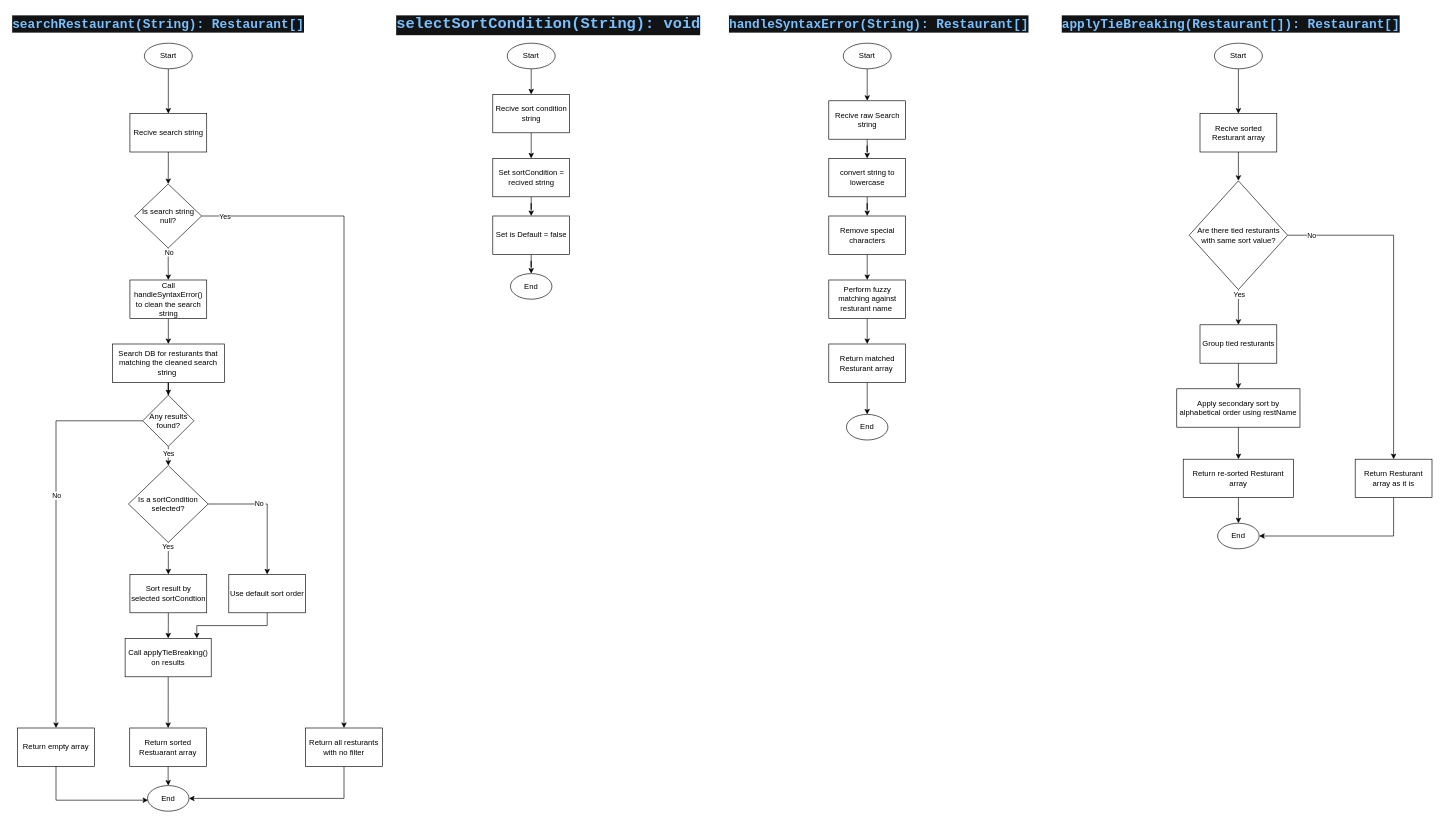
Above: designs/flow-charts/Search Class.drawio in YousefFawzy2222/QA-Workshop (draw.io), before the change. Source tidied: cells renumbered, new cells numbered last; positions are measured from the earlier drawing's top-left corner, leaving out a move shared by most shapes. Both pictures are drawn from the tidied source at 64%, with x=0, y=0 at pixel (11, 11).
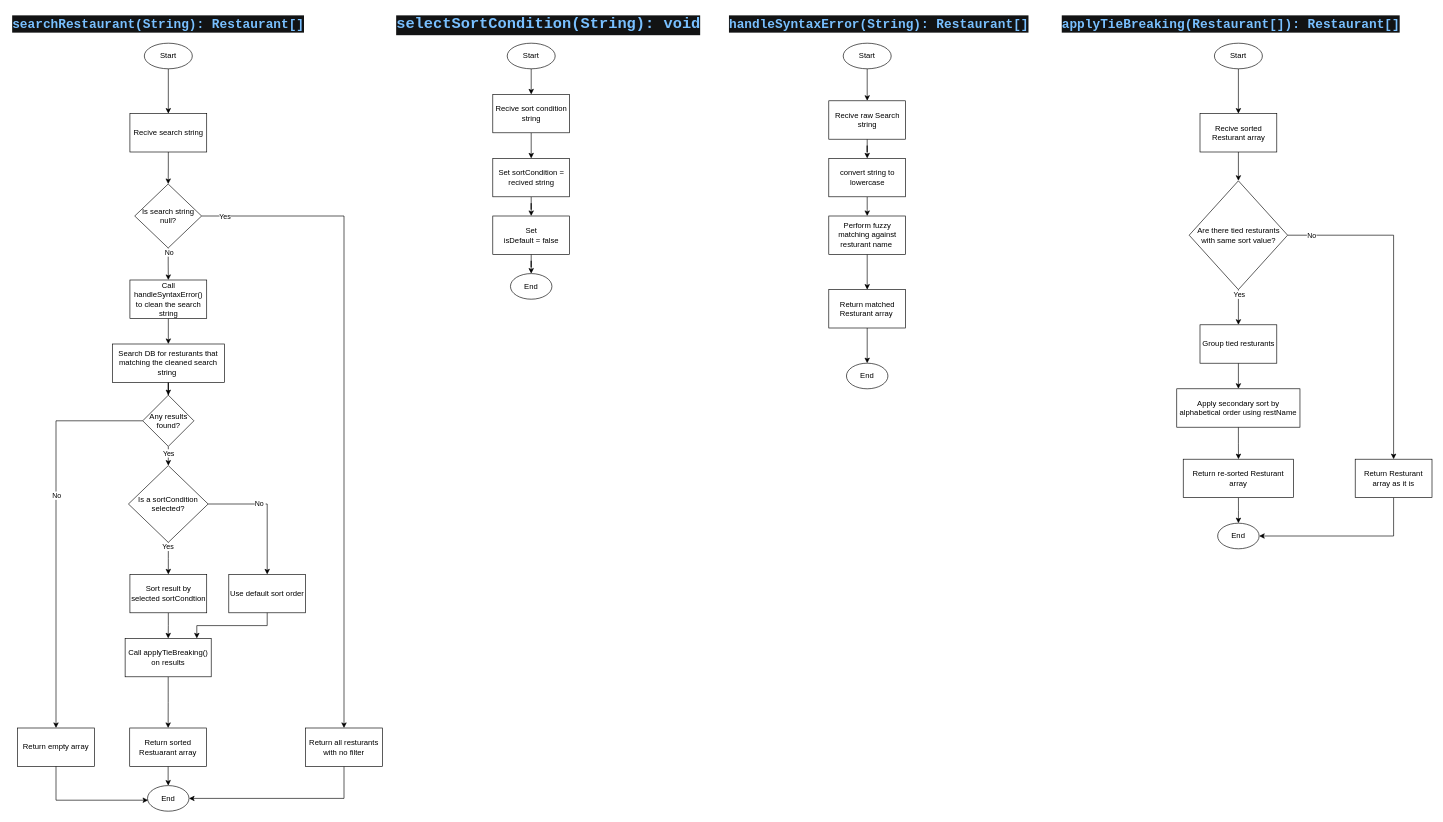
Above is the later version.

Commit message (it also covers changes not shown here):
editing flow charts

Unchanged cells that the change refers to:
```xml
<mxCell id="55" value="convert string to lowercase" style="whiteSpace=wrap;html=1;" parent="1" vertex="1">
  <mxGeometry x="1277.5" y="230" width="120" height="60" as="geometry" />
</mxCell>
```

The edit, as a diff of the source:
```diff
@@
-    <mxCell id="47" value="Set is Default = false" style="whiteSpace=wrap;html=1;" parent="1" vertex="1">
+    <mxCell id="47" value="Set&lt;div&gt;isDefault = false&lt;/div&gt;" style="whiteSpace=wrap;html=1;" parent="1" vertex="1">
       <mxGeometry x="752.5" y="320" width="120" height="60" as="geometry" />
     </mxCell>
@@
-    <mxCell id="54" style="edgeStyle=orthogonalEdgeStyle;rounded=0;jettySize=auto;html=1;" parent="1" edge="1" source="55" target="57">
-      <mxGeometry relative="1" as="geometry" />
+    <mxCell id="54" style="edgeStyle=orthogonalEdgeStyle;rounded=0;jettySize=auto;html=1;" parent="1" edge="1" source="55">
+      <mxGeometry relative="1" as="geometry">
+        <mxPoint x="1337.5" y="320" as="targetPoint" />
+      </mxGeometry>
     </mxCell>
@@
-    <mxCell id="56" style="edgeStyle=orthogonalEdgeStyle;rounded=0;jettySize=auto;html=1;" parent="1" edge="1" source="57" target="59">
-      <mxGeometry relative="1" as="geometry" />
-    </mxCell>
-    <mxCell id="57" value="Remove special characters" style="whiteSpace=wrap;html=1;" parent="1" vertex="1">
-      <mxGeometry x="1277.5" y="320" width="120" height="60" as="geometry" />
-    </mxCell>
@@
     <mxCell id="59" value="Perform fuzzy matching against resturant name&amp;nbsp;" style="whiteSpace=wrap;html=1;" parent="1" vertex="1">
-      <mxGeometry x="1277.5" y="420" width="120" height="60" as="geometry" />
+      <mxGeometry x="1277.5" y="320" width="120" height="60" as="geometry" />
     </mxCell>
@@
     <mxCell id="61" value="Return matched Resturant array&amp;nbsp;" style="whiteSpace=wrap;html=1;" parent="1" vertex="1">
-      <mxGeometry x="1277.5" y="520" width="120" height="60" as="geometry" />
+      <mxGeometry x="1277.5" y="435" width="120" height="60" as="geometry" />
     </mxCell>
     <mxCell id="62" value="End" style="ellipse;whiteSpace=wrap;html=1;" parent="1" vertex="1">
-      <mxGeometry x="1305.1" y="630" width="64.8" height="40" as="geometry" />
+      <mxGeometry x="1305.1" y="550" width="64.8" height="40" as="geometry" />
     </mxCell>
```
